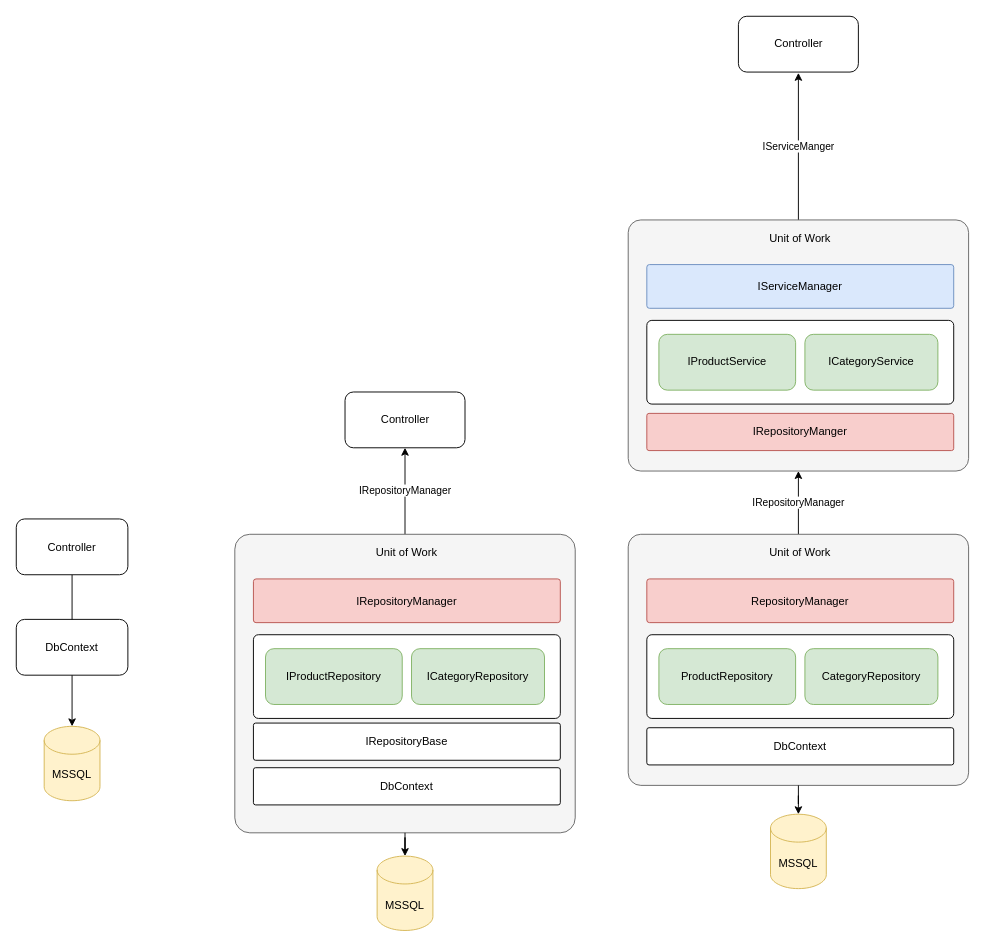
Above: page "Repository" (4 of 5) of Draws.drawio in zcomert/btk-akademi-aspnet-core-mvc-bootcamp-samsun (draw.io), before the change. Source tidied: cells renumbered, new cells numbered last; positions are measured from the earlier drawing's top-left corner, leaving out a move shared by most shapes. Both pictures are drawn from the tidied source at 93%, with x=0, y=0 at pixel (16, 16).
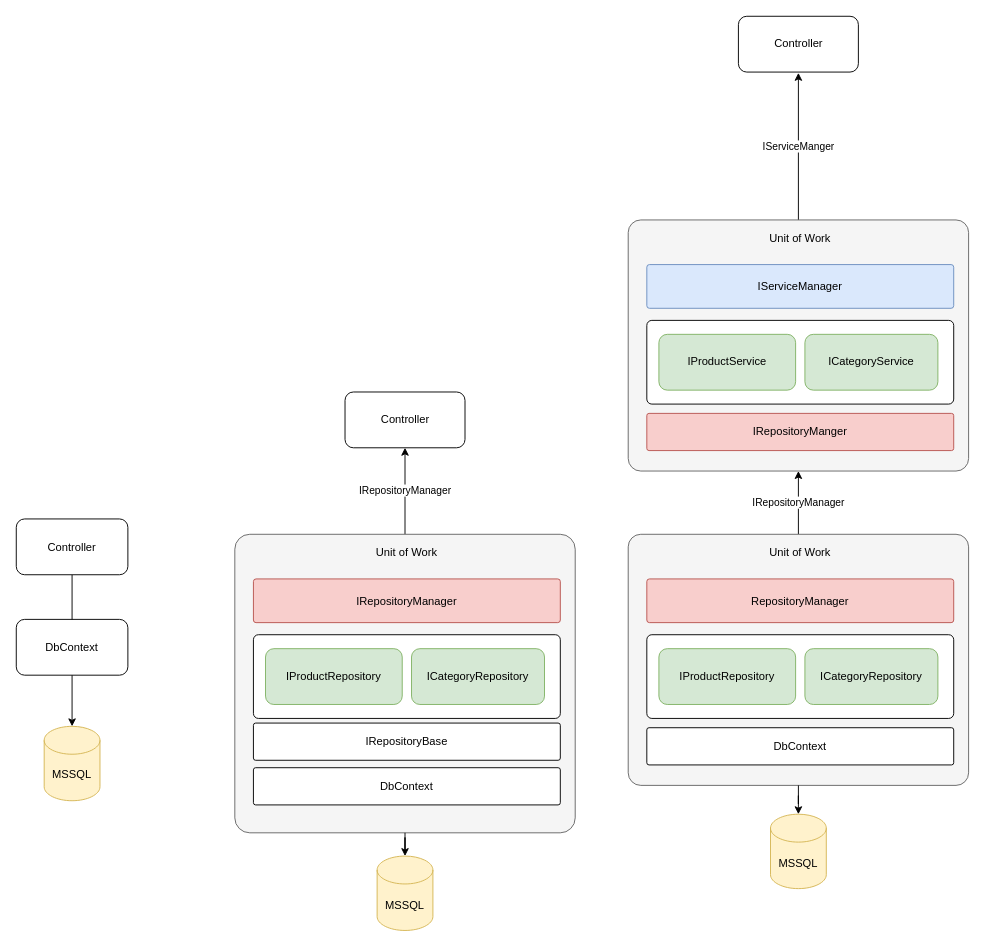
The same diagram, later.

Change to the diagram source:
```diff
@@
-    <mxCell id="23" value="ProductRepository" style="rounded=1;whiteSpace=wrap;html=1;fillColor=#d5e8d4;strokeColor=#82b366;" parent="1" vertex="1">
+    <mxCell id="23" value="IProductRepository" style="rounded=1;whiteSpace=wrap;html=1;fillColor=#d5e8d4;strokeColor=#82b366;" parent="1" vertex="1">
       <mxGeometry x="691" y="680" width="147" height="60" as="geometry" />
     </mxCell>
-    <mxCell id="24" value="CategoryRepository" style="rounded=1;whiteSpace=wrap;html=1;fillColor=#d5e8d4;strokeColor=#82b366;" parent="1" vertex="1">
+    <mxCell id="24" value="ICategoryRepository" style="rounded=1;whiteSpace=wrap;html=1;fillColor=#d5e8d4;strokeColor=#82b366;" parent="1" vertex="1">
       <mxGeometry x="848" y="680" width="143" height="60" as="geometry" />
     </mxCell>
```
